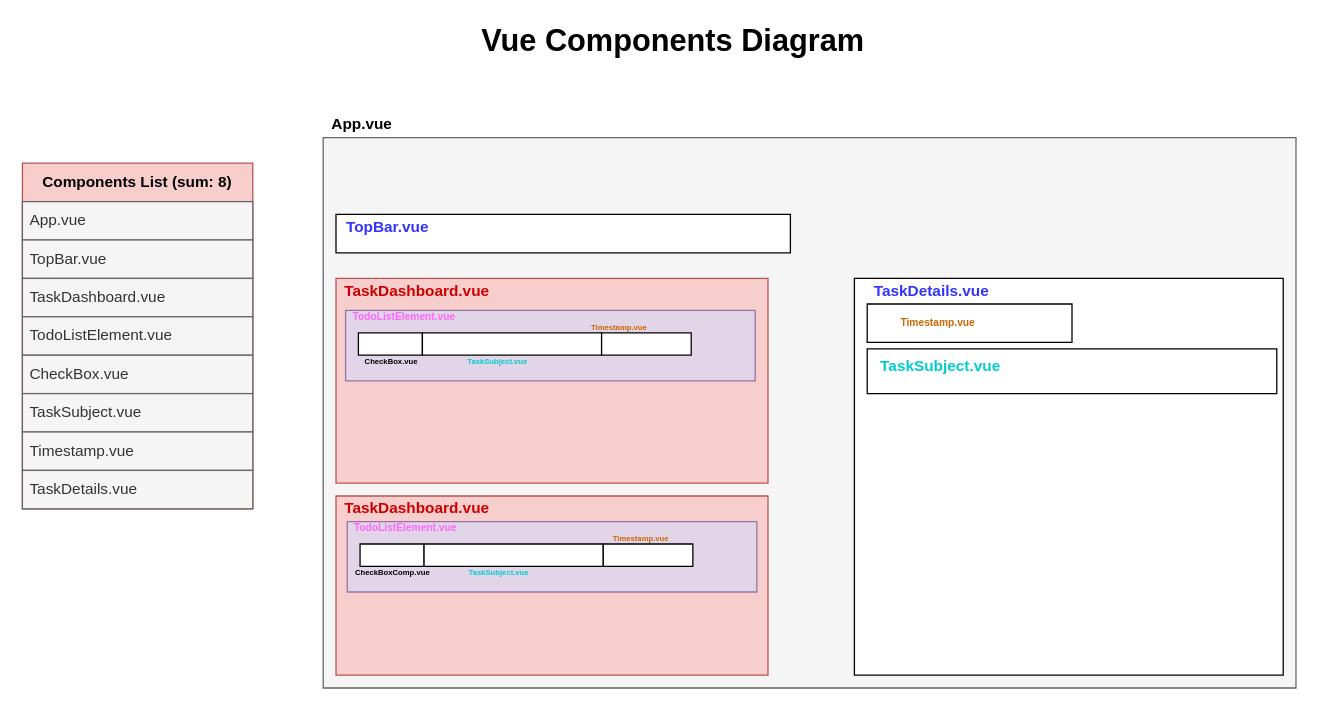
The draw.io diagram public/Vue_Components_Diagram/Vue_Components_Diagram.drawio in reza-nzri/vue-todo-app, before the edit. Source tidied: cells renumbered, new cells numbered last; positions are measured from the earlier drawing's top-left corner, leaving out a move shared by most shapes. Both pictures are drawn from the tidied source at 128%, with x=0, y=0 at pixel (22, 22).
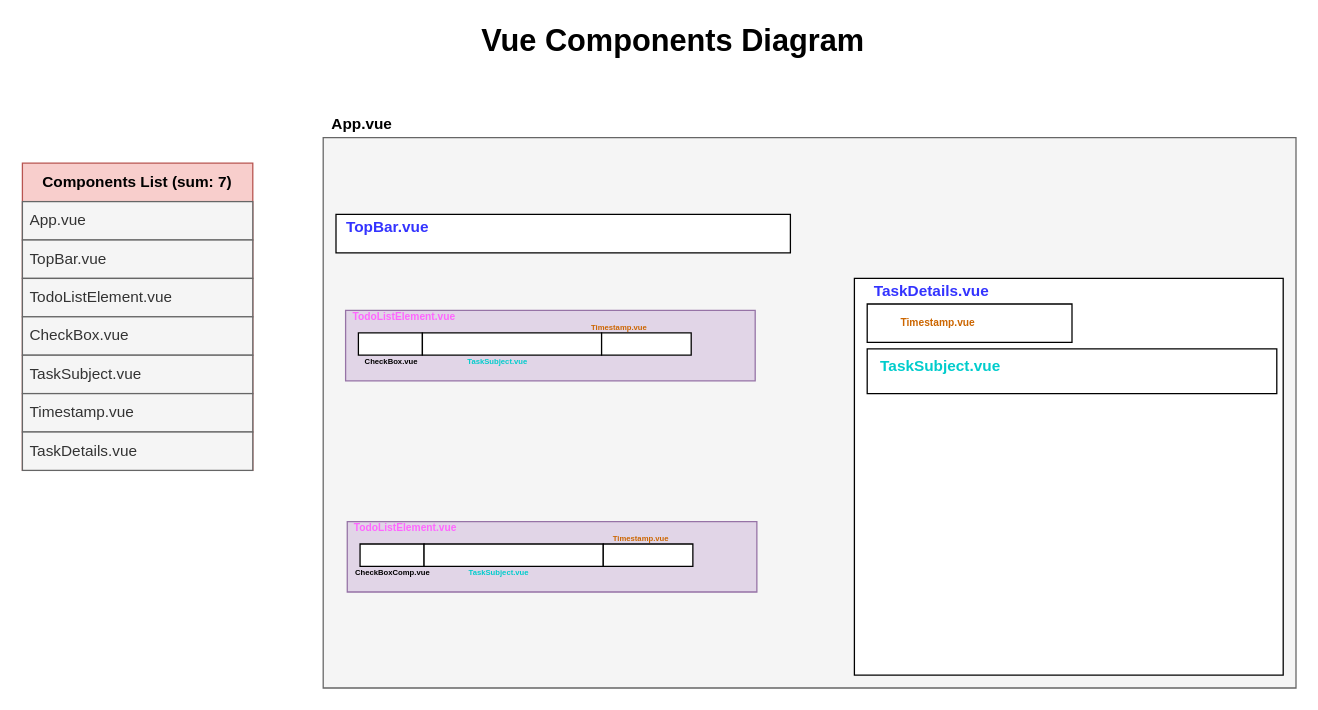
The same diagram, later.

Commit message (it also covers changes not shown here):
Update Vue Components Diagram

Change to the diagram source:
```diff
@@
-    <mxCell id="8" style="verticalLabelPosition=bottom;verticalAlign=top;html=1;shape=mxgraph.basic.rect;fillColor2=none;strokeWidth=1;size=20;indent=5;fillColor=#f8cecc;strokeColor=#b85450;" parent="1" vertex="1">
-      <mxGeometry x="245" y="200" width="337.5" height="160" as="geometry" />
-    </mxCell>
-    <mxCell id="9" value="TaskDashboard.vue" style="text;strokeColor=none;fillColor=none;html=1;fontSize=12;fontStyle=1;verticalAlign=middle;align=center;fontColor=#CC0000;" parent="1" vertex="1">
-      <mxGeometry x="246.2" y="200" width="123.8" height="20" as="geometry" />
-    </mxCell>
@@
-    <mxCell id="23" value="Components List (sum: 8)" style="swimlane;fontStyle=1;horizontal=1;startSize=30;whiteSpace=wrap;html=1;fillColor=#f8cecc;strokeColor=#b85450;" parent="1" vertex="1">
-      <mxGeometry y="110" width="180" height="270" as="geometry" />
+    <mxCell id="23" value="Components List (sum: 7)" style="swimlane;fontStyle=1;horizontal=1;startSize=30;whiteSpace=wrap;html=1;fillColor=#f8cecc;strokeColor=#b85450;" parent="1" vertex="1">
+      <mxGeometry y="110" width="180" height="240" as="geometry" />
     </mxCell>
@@
-    <mxCell id="26" value="TaskDashboard.vue" style="text;align=left;verticalAlign=middle;spacingLeft=4;spacingRight=4;overflow=hidden;whiteSpace=wrap;html=1;fillColor=#f5f5f5;strokeColor=#666666;fontColor=#333333;" parent="23" vertex="1">
-      <mxGeometry y="90" width="180" height="30" as="geometry" />
-    </mxCell>
     <mxCell id="27" value="TodoListElement.vue" style="text;align=left;verticalAlign=middle;spacingLeft=4;spacingRight=4;overflow=hidden;whiteSpace=wrap;html=1;fillColor=#f5f5f5;strokeColor=#666666;fontColor=#333333;" parent="23" vertex="1">
-      <mxGeometry y="120" width="180" height="30" as="geometry" />
+      <mxGeometry y="90" width="180" height="30" as="geometry" />
     </mxCell>
     <mxCell id="28" value="CheckBox.vue" style="text;align=left;verticalAlign=middle;spacingLeft=4;spacingRight=4;overflow=hidden;whiteSpace=wrap;html=1;fillColor=#f5f5f5;strokeColor=#666666;fontColor=#333333;" parent="23" vertex="1">
-      <mxGeometry y="150" width="180" height="30" as="geometry" />
+      <mxGeometry y="120" width="180" height="30" as="geometry" />
     </mxCell>
     <mxCell id="29" value="TaskSubject.vue" style="text;align=left;verticalAlign=middle;spacingLeft=4;spacingRight=4;overflow=hidden;whiteSpace=wrap;html=1;fillColor=#f5f5f5;strokeColor=#666666;fontColor=#333333;" parent="23" vertex="1">
-      <mxGeometry y="180" width="180" height="30" as="geometry" />
+      <mxGeometry y="150" width="180" height="30" as="geometry" />
     </mxCell>
     <mxCell id="30" value="Timestamp.vue" style="text;align=left;verticalAlign=middle;spacingLeft=4;spacingRight=4;overflow=hidden;whiteSpace=wrap;html=1;fillColor=#f5f5f5;strokeColor=#666666;fontColor=#333333;" parent="23" vertex="1">
-      <mxGeometry y="210" width="180" height="30" as="geometry" />
+      <mxGeometry y="180" width="180" height="30" as="geometry" />
     </mxCell>
     <mxCell id="31" value="TaskDetails.vue" style="text;align=left;verticalAlign=middle;spacingLeft=4;spacingRight=4;overflow=hidden;whiteSpace=wrap;html=1;fillColor=#f5f5f5;strokeColor=#666666;fontColor=#333333;" parent="23" vertex="1">
-      <mxGeometry y="240" width="180" height="30" as="geometry" />
+      <mxGeometry y="210" width="180" height="30" as="geometry" />
     </mxCell>
-    <mxCell id="32" style="verticalLabelPosition=bottom;verticalAlign=top;html=1;shape=mxgraph.basic.rect;fillColor2=none;strokeWidth=1;size=20;indent=5;fillColor=#f8cecc;strokeColor=#b85450;" parent="1" vertex="1">
-      <mxGeometry x="245" y="370" width="337.5" height="140" as="geometry" />
-    </mxCell>
@@
-    <mxCell id="41" value="TaskDashboard.vue" style="text;strokeColor=none;fillColor=none;html=1;fontSize=12;fontStyle=1;verticalAlign=middle;align=center;fontColor=#CC0000;" parent="1" vertex="1">
-      <mxGeometry x="246.2" y="370" width="123.8" height="20" as="geometry" />
-    </mxCell>
```
